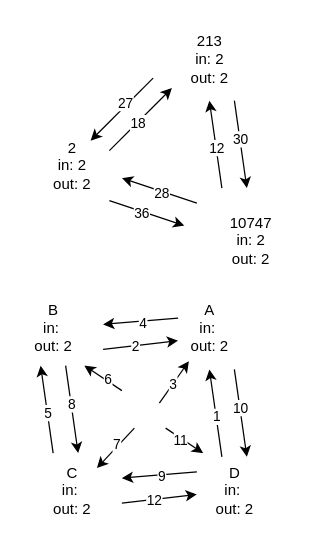
The draw.io diagram distances.drawio in IKBOstudent/diagrams, before the edit. Source tidied: cells renumbered, new cells numbered last; positions are measured from the earlier drawing's top-left corner, leaving out a move shared by most shapes. Both pictures are drawn from the tidied source at 125%, with x=0, y=0 at pixel (21, 21).
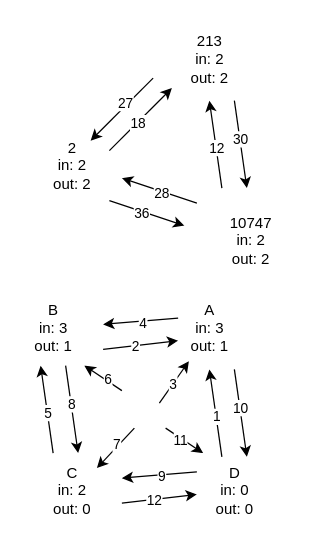
The same page after the edit.

Change to the diagram source:
```diff
@@
-    <mxCell id="25" value="&lt;div&gt;C&lt;/div&gt;&lt;div&gt;in:&amp;nbsp;&lt;/div&gt;&lt;div&gt;out: 2&lt;/div&gt;" style="text;html=1;align=center;verticalAlign=middle;strokeColor=none;fillColor=none;" parent="1" vertex="1">
+    <mxCell id="25" value="&lt;div&gt;C&lt;/div&gt;&lt;div&gt;in: 2&lt;/div&gt;&lt;div&gt;out: 0&lt;/div&gt;" style="text;html=1;align=center;verticalAlign=middle;strokeColor=none;fillColor=none;" parent="1" vertex="1">
       <mxGeometry x="15" y="345" width="50" height="60" as="geometry" />
     </mxCell>
-    <mxCell id="26" value="&lt;div&gt;A&lt;/div&gt;&lt;div&gt;&lt;span style=&quot;background-color: initial;&quot;&gt;in:&amp;nbsp;&lt;/span&gt;&lt;/div&gt;&lt;div&gt;&lt;span style=&quot;background-color: initial;&quot;&gt;out: 2&lt;/span&gt;&lt;/div&gt;" style="text;html=1;align=center;verticalAlign=middle;strokeColor=none;fillColor=none;" parent="1" vertex="1">
+    <mxCell id="26" value="&lt;div&gt;A&lt;/div&gt;&lt;div&gt;&lt;span style=&quot;background-color: initial;&quot;&gt;in: 3&lt;/span&gt;&lt;/div&gt;&lt;div&gt;&lt;span style=&quot;background-color: initial;&quot;&gt;out: 1&lt;/span&gt;&lt;/div&gt;" style="text;html=1;align=center;verticalAlign=middle;strokeColor=none;fillColor=none;" parent="1" vertex="1">
       <mxGeometry x="125" y="215" width="50" height="60" as="geometry" />
     </mxCell>
-    <mxCell id="27" value="&lt;div&gt;D&lt;/div&gt;&lt;div&gt;in:&amp;nbsp;&lt;/div&gt;&lt;div&gt;out: 2&lt;/div&gt;" style="text;html=1;align=center;verticalAlign=middle;strokeColor=none;fillColor=none;" parent="1" vertex="1">
+    <mxCell id="27" value="&lt;div&gt;D&lt;/div&gt;&lt;div&gt;in: 0&lt;/div&gt;&lt;div&gt;out: 0&lt;/div&gt;" style="text;html=1;align=center;verticalAlign=middle;strokeColor=none;fillColor=none;" parent="1" vertex="1">
       <mxGeometry x="145" y="345" width="50" height="60" as="geometry" />
     </mxCell>
@@
-    <mxCell id="36" value="&lt;div&gt;B&lt;/div&gt;&lt;div&gt;&lt;span style=&quot;background-color: initial;&quot;&gt;in:&amp;nbsp;&lt;/span&gt;&lt;/div&gt;&lt;div&gt;&lt;span style=&quot;background-color: initial;&quot;&gt;out: 2&lt;/span&gt;&lt;/div&gt;" style="text;html=1;align=center;verticalAlign=middle;strokeColor=none;fillColor=none;" parent="1" vertex="1">
+    <mxCell id="36" value="&lt;div&gt;B&lt;/div&gt;&lt;div&gt;&lt;span style=&quot;background-color: initial;&quot;&gt;in: 3&lt;/span&gt;&lt;/div&gt;&lt;div&gt;&lt;span style=&quot;background-color: initial;&quot;&gt;out: 1&lt;/span&gt;&lt;/div&gt;" style="text;html=1;align=center;verticalAlign=middle;strokeColor=none;fillColor=none;" parent="1" vertex="1">
       <mxGeometry y="215" width="50" height="60" as="geometry" />
     </mxCell>
```
